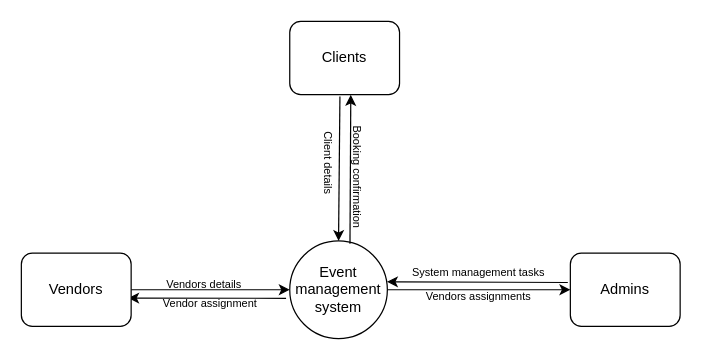
Before: Untitled Diagram.drawio in Marvel-create/qr-code-component, a draw.io diagram. Source tidied: cells renumbered, new cells numbered last; positions are measured from the earlier drawing's top-left corner, leaving out a move shared by most shapes. Both pictures are drawn from the tidied source at 122%, with x=0, y=0 at pixel (21, 21).
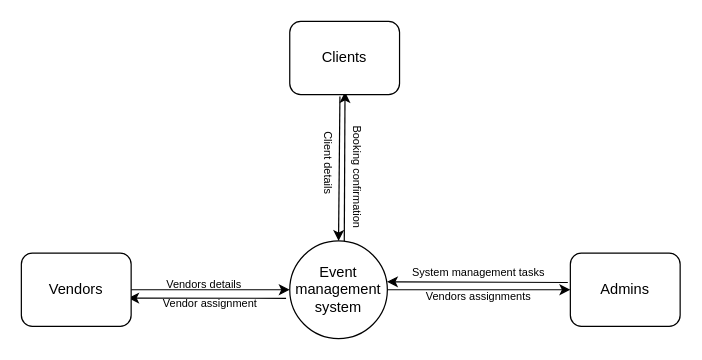
After the change.

What changed in the source:
```diff
@@
 <mxGraphModel>
   <root>
     <mxCell id="0" />
     <mxCell id="1" parent="0" />
     <mxCell id="2" style="edgeStyle=orthogonalEdgeStyle;rounded=0;jettySize=auto;html=1;entryX=0;entryY=0.5;entryDx=0;entryDy=0;" parent="1" edge="1" source="3" target="10">
       <mxGeometry relative="1" as="geometry" />
     </mxCell>
     <mxCell id="3" value="Event management system" style="ellipse;whiteSpace=wrap;html=1;" parent="1" vertex="1">
       <mxGeometry x="220" y="180" width="80" height="80" as="geometry" />
     </mxCell>
     <mxCell id="4" style="endArrow=classic;html=1;rounded=0;entryX=0.5;entryY=0;entryDx=0;entryDy=0;exitX=0.457;exitY=1.027;exitDx=0;exitDy=0;exitPerimeter=0;" parent="1" edge="1" source="6" target="3">
       <mxGeometry relative="1" as="geometry" />
     </mxCell>
-    <mxCell id="5" style="endArrow=classic;html=1;rounded=0;exitX=0.617;exitY=0.029;exitDx=0;exitDy=0;exitPerimeter=0;entryX=0.556;entryY=1.004;entryDx=0;entryDy=0;entryPerimeter=0;" parent="1" edge="1" source="3" target="6">
-      <mxGeometry relative="1" as="geometry" />
+    <mxCell id="5" style="endArrow=classic;html=1;rounded=0;exitX=0.617;exitY=0.029;exitDx=0;exitDy=0;exitPerimeter=0;entryX=0.556;entryY=1.004;entryDx=0;entryDy=0;entryPerimeter=0;" parent="1" edge="1">
+      <mxGeometry relative="1" as="geometry">
+        <mxPoint x="264.7" y="180" as="sourcePoint" />
+        <mxPoint x="265.3" y="57.9" as="targetPoint" />
+      </mxGeometry>
     </mxCell>
     <mxCell id="6" value="Clients" style="rounded=1;whiteSpace=wrap;html=1;" parent="1" vertex="1">
       <mxGeometry x="220" width="90" height="60" as="geometry" />
     </mxCell>
     <mxCell id="7" style="endArrow=classic;html=1;rounded=0;entryX=0.973;entryY=0.613;entryDx=0;entryDy=0;entryPerimeter=0;" parent="1" edge="1" target="9">
       <mxGeometry relative="1" as="geometry">
         <mxPoint x="217" y="227" as="sourcePoint" />
       </mxGeometry>
     </mxCell>
     <mxCell id="8" style="endArrow=classic;html=1;rounded=0;exitX=1;exitY=0.5;exitDx=0;exitDy=0;entryX=0;entryY=0.5;entryDx=0;entryDy=0;" parent="1" edge="1" source="9" target="3">
       <mxGeometry relative="1" as="geometry" />
     </mxCell>
     <mxCell id="9" value="Vendors" style="rounded=1;whiteSpace=wrap;html=1;" parent="1" vertex="1">
       <mxGeometry y="190" width="90" height="60" as="geometry" />
     </mxCell>
     <mxCell id="10" value="Admins" style="rounded=1;whiteSpace=wrap;html=1;" parent="1" vertex="1">
       <mxGeometry x="450" y="190" width="90" height="60" as="geometry" />
     </mxCell>
     <mxCell id="11" style="endArrow=classic;html=1;rounded=0;entryX=0.996;entryY=0.418;entryDx=0;entryDy=0;entryPerimeter=0;exitX=-0.023;exitY=0.401;exitDx=0;exitDy=0;exitPerimeter=0;" parent="1" edge="1" source="10" target="3">
       <mxGeometry relative="1" as="geometry" />
     </mxCell>
     <mxCell id="12" value="&lt;font style=&quot;font-size: 9px;&quot;&gt;Booking confirmation&lt;/font&gt;" style="text;html=1;align=center;verticalAlign=middle;whiteSpace=wrap;rounded=0;rotation=90;" parent="1" vertex="1">
       <mxGeometry x="230" y="120" width="92.6" height="15.3" as="geometry" />
     </mxCell>
     <mxCell id="13" value="&lt;font style=&quot;font-size: 9px;&quot;&gt;Client details&lt;/font&gt;" style="text;html=1;align=center;verticalAlign=middle;whiteSpace=wrap;rounded=0;rotation=90;" parent="1" vertex="1">
       <mxGeometry x="202.9" y="110.5" width="98.7" height="11" as="geometry" />
     </mxCell>
     <mxCell id="14" value="&lt;font style=&quot;font-size: 9px;&quot;&gt;Vendors details&lt;/font&gt;" style="text;html=1;align=center;verticalAlign=middle;whiteSpace=wrap;rounded=0;" parent="1" vertex="1">
       <mxGeometry x="100" y="210" width="100" height="10" as="geometry" />
     </mxCell>
     <mxCell id="15" value="&lt;font style=&quot;font-size: 9px;&quot;&gt;Vendor assignment&lt;/font&gt;" style="text;html=1;align=center;verticalAlign=middle;whiteSpace=wrap;rounded=0;" parent="1" vertex="1">
       <mxGeometry x="100" y="230" width="110" as="geometry" />
     </mxCell>
     <mxCell id="16" value="&lt;font style=&quot;font-size: 9px;&quot;&gt;System management tasks&lt;/font&gt;" style="text;html=1;align=center;verticalAlign=middle;whiteSpace=wrap;rounded=0;" parent="1" vertex="1">
       <mxGeometry x="310" y="200" width="130" height="10" as="geometry" />
     </mxCell>
     <mxCell id="17" value="&lt;font style=&quot;font-size: 9px;&quot;&gt;Vendors assignments&lt;/font&gt;" style="text;html=1;align=center;verticalAlign=middle;whiteSpace=wrap;rounded=0;" parent="1" vertex="1">
       <mxGeometry x="310" y="220" width="130" height="10" as="geometry" />
     </mxCell>
   </root>
 </mxGraphModel>
```
